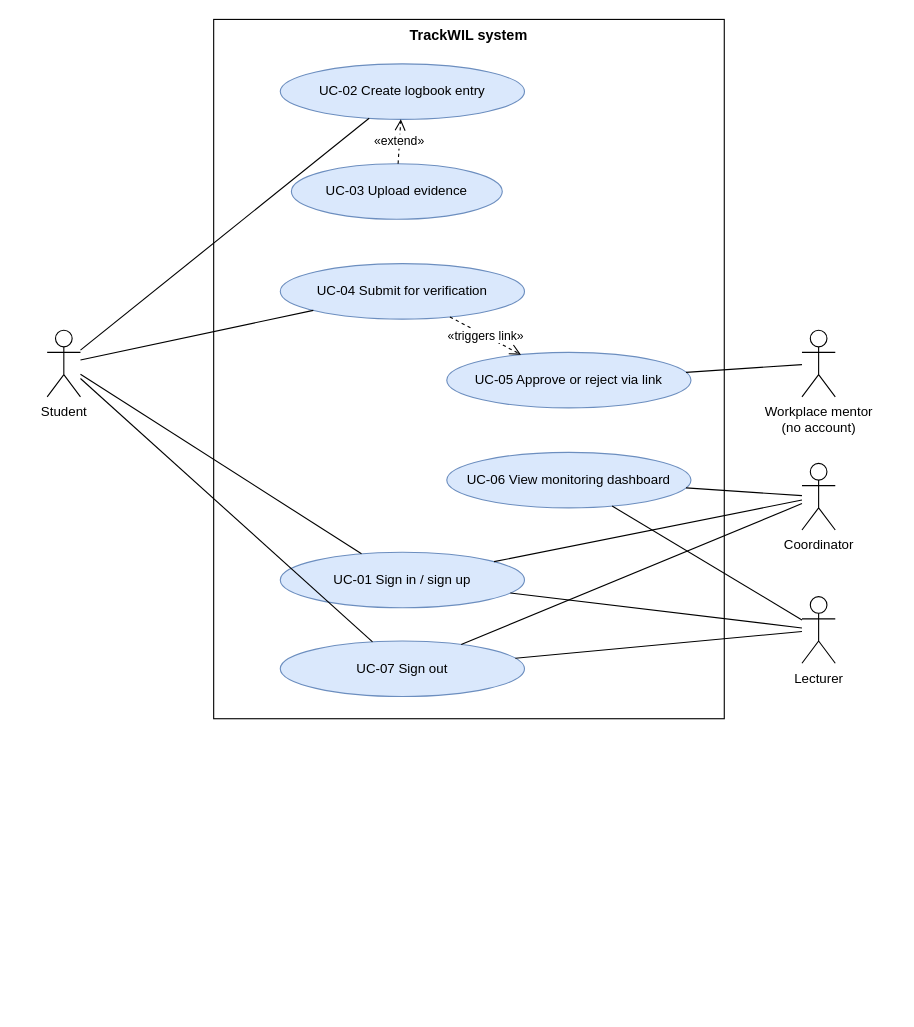
Before: 04_System_Design_and_Development/diagrams/Use Case.drawio in Noobey32/TrackWIL, a draw.io diagram. Source tidied: cells renumbered, new cells numbered last; positions are measured from the earlier drawing's top-left corner, leaving out a move shared by most shapes. Both pictures are drawn from the tidied source at 111%, with x=0, y=0 at pixel (47, 19).
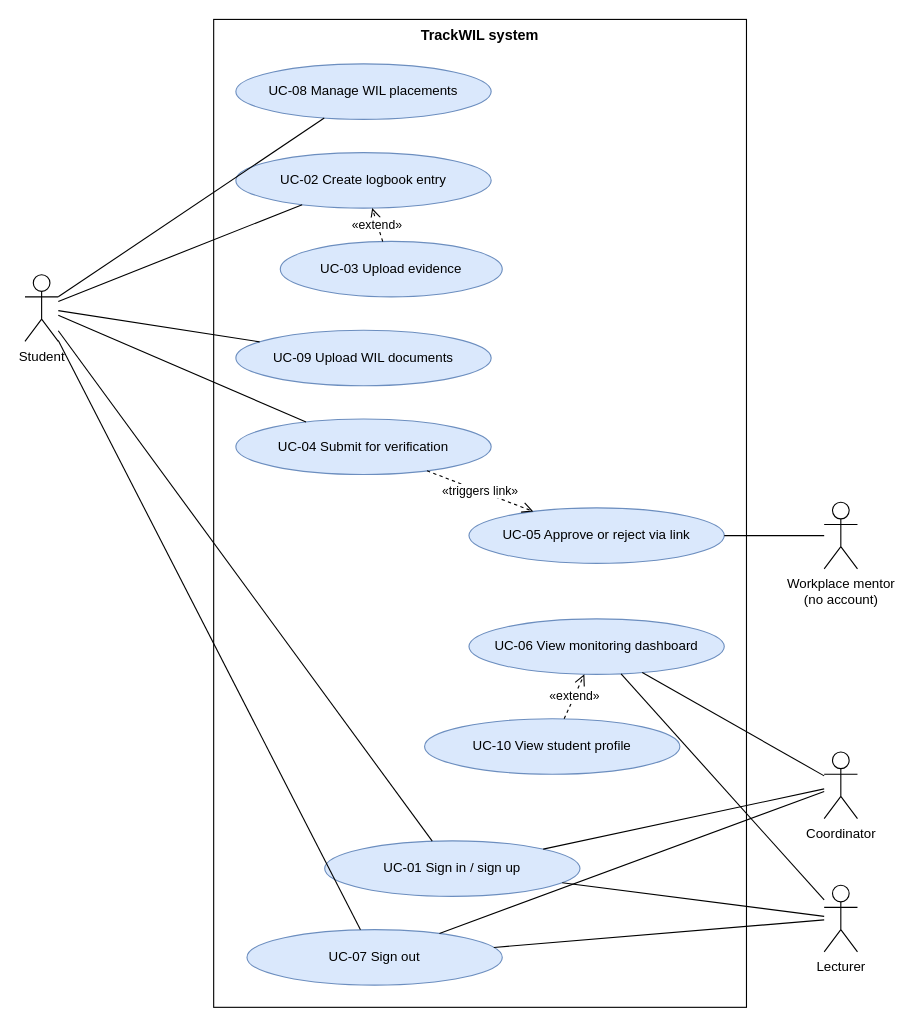
The same diagram, later.

What changed in the source:
```diff
@@
     <mxCell id="2" value="TrackWIL system" style="rounded=0;whiteSpace=wrap;html=1;verticalAlign=top;fontStyle=1;fillColor=none;fontSize=13;" parent="1" vertex="1">
-      <mxGeometry x="150" width="460" height="630" as="geometry" />
+      <mxGeometry x="150" width="480" height="890" as="geometry" />
     </mxCell>
+    <mxCell id="27" value="UC-08 Manage WIL placements" style="ellipse;whiteSpace=wrap;html=1;fillColor=#dae8fc;strokeColor=#6c8ebf;fontSize=12;" parent="1" vertex="1">
+      <mxGeometry x="170" y="40" width="230" height="50" as="geometry" />
+    </mxCell>
     <mxCell id="3" value="UC-02 Create logbook entry" style="ellipse;whiteSpace=wrap;html=1;fillColor=#dae8fc;strokeColor=#6c8ebf;fontSize=12;" parent="1" vertex="1">
-      <mxGeometry x="210" y="40" width="220" height="50" as="geometry" />
+      <mxGeometry x="170" y="120" width="230" height="50" as="geometry" />
     </mxCell>
     <mxCell id="4" value="UC-03 Upload evidence" style="ellipse;whiteSpace=wrap;html=1;fillColor=#dae8fc;strokeColor=#6c8ebf;fontSize=12;" parent="1" vertex="1">
-      <mxGeometry x="220" y="130" width="190" height="50" as="geometry" />
+      <mxGeometry x="210" y="200" width="200" height="50" as="geometry" />
     </mxCell>
+    <mxCell id="28" value="UC-09 Upload WIL documents" style="ellipse;whiteSpace=wrap;html=1;fillColor=#dae8fc;strokeColor=#6c8ebf;fontSize=12;" parent="1" vertex="1">
+      <mxGeometry x="170" y="280" width="230" height="50" as="geometry" />
+    </mxCell>
     <mxCell id="5" value="UC-04 Submit for verification" style="ellipse;whiteSpace=wrap;html=1;fillColor=#dae8fc;strokeColor=#6c8ebf;fontSize=12;" parent="1" vertex="1">
-      <mxGeometry x="210" y="220" width="220" height="50" as="geometry" />
+      <mxGeometry x="170" y="360" width="230" height="50" as="geometry" />
     </mxCell>
     <mxCell id="6" value="UC-05 Approve or reject via link" style="ellipse;whiteSpace=wrap;html=1;fillColor=#dae8fc;strokeColor=#6c8ebf;fontSize=12;" parent="1" vertex="1">
-      <mxGeometry x="360" y="300" width="220" height="50" as="geometry" />
+      <mxGeometry x="380" y="440" width="230" height="50" as="geometry" />
     </mxCell>
     <mxCell id="7" value="UC-06 View monitoring dashboard" style="ellipse;whiteSpace=wrap;html=1;fillColor=#dae8fc;strokeColor=#6c8ebf;fontSize=12;" parent="1" vertex="1">
-      <mxGeometry x="360" y="390" width="220" height="50" as="geometry" />
+      <mxGeometry x="380" y="540" width="230" height="50" as="geometry" />
     </mxCell>
+    <mxCell id="29" value="UC-10 View student profile" style="ellipse;whiteSpace=wrap;html=1;fillColor=#dae8fc;strokeColor=#6c8ebf;fontSize=12;" parent="1" vertex="1">
+      <mxGeometry x="340" y="630" width="230" height="50" as="geometry" />
+    </mxCell>
     <mxCell id="8" value="UC-01 Sign in / sign up" style="ellipse;whiteSpace=wrap;html=1;fillColor=#dae8fc;strokeColor=#6c8ebf;fontSize=12;" parent="1" vertex="1">
-      <mxGeometry x="210" y="480" width="220" height="50" as="geometry" />
+      <mxGeometry x="250" y="740" width="230" height="50" as="geometry" />
     </mxCell>
     <mxCell id="9" value="UC-07 Sign out" style="ellipse;whiteSpace=wrap;html=1;fillColor=#dae8fc;strokeColor=#6c8ebf;fontSize=12;" parent="1" vertex="1">
-      <mxGeometry x="210" y="560" width="220" height="50" as="geometry" />
+      <mxGeometry x="180" y="820" width="230" height="50" as="geometry" />
     </mxCell>
     <mxCell id="10" value="Student" style="shape=umlActor;verticalLabelPosition=bottom;verticalAlign=top;html=1;outlineConnect=0;fontSize=12;" parent="1" vertex="1">
-      <mxGeometry y="280" width="30" height="60" as="geometry" />
+      <mxGeometry x="-20" y="230" width="30" height="60" as="geometry" />
     </mxCell>
     <mxCell id="11" value="Workplace mentor&lt;br&gt;(no account)" style="shape=umlActor;verticalLabelPosition=bottom;verticalAlign=top;html=1;outlineConnect=0;fontSize=12;" parent="1" vertex="1">
-      <mxGeometry x="680" y="280" width="30" height="60" as="geometry" />
+      <mxGeometry x="700" y="435" width="30" height="60" as="geometry" />
     </mxCell>
     <mxCell id="12" value="Coordinator" style="shape=umlActor;verticalLabelPosition=bottom;verticalAlign=top;html=1;outlineConnect=0;fontSize=12;" parent="1" vertex="1">
-      <mxGeometry x="680" y="400" width="30" height="60" as="geometry" />
+      <mxGeometry x="700" y="660" width="30" height="60" as="geometry" />
     </mxCell>
     <mxCell id="13" value="Lecturer" style="shape=umlActor;verticalLabelPosition=bottom;verticalAlign=top;html=1;outlineConnect=0;fontSize=12;" parent="1" vertex="1">
-      <mxGeometry x="680" y="520" width="30" height="60" as="geometry" />
+      <mxGeometry x="700" y="780" width="30" height="60" as="geometry" />
     </mxCell>
+    <mxCell id="30" style="endArrow=none;html=1;rounded=0;" parent="1" edge="1" source="10" target="27">
+      <mxGeometry relative="1" as="geometry" />
+    </mxCell>
@@
+    <mxCell id="31" style="endArrow=none;html=1;rounded=0;" parent="1" edge="1" source="10" target="28">
+      <mxGeometry relative="1" as="geometry" />
+    </mxCell>
@@
+    <mxCell id="32" value="«extend»" style="endArrow=open;dashed=1;html=1;rounded=0;fontSize=11;endSize=8;" parent="1" edge="1" source="29" target="7">
+      <mxGeometry relative="1" as="geometry" />
+    </mxCell>
```
